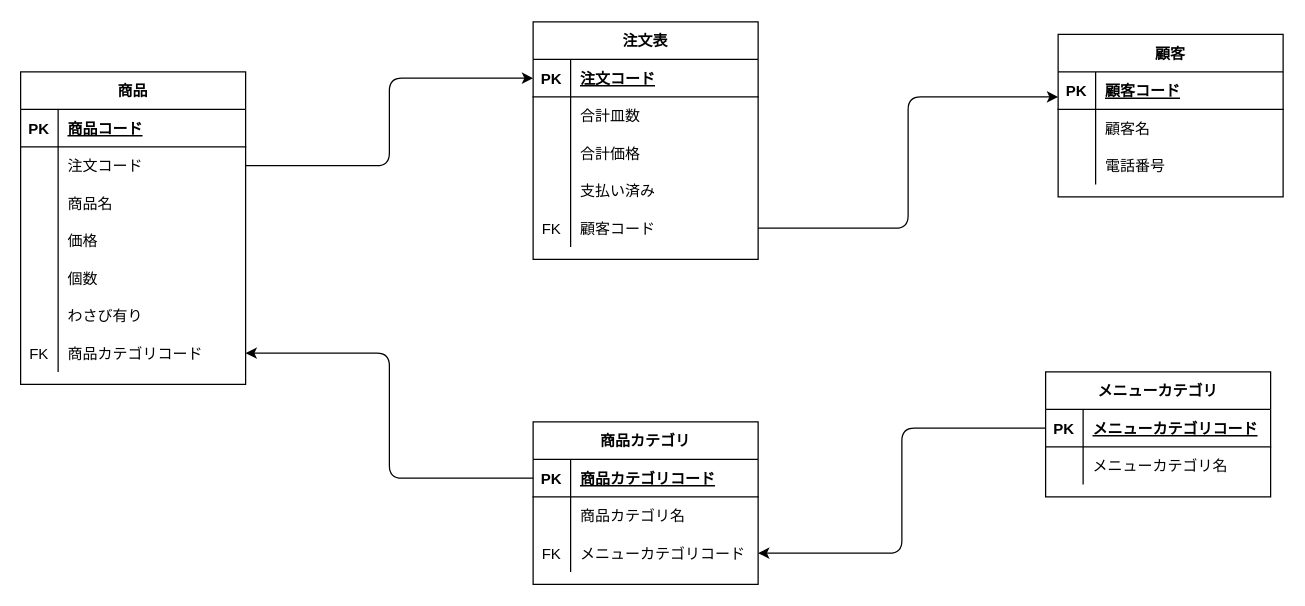
This is データベース設計/DBモデリング１/課題1/課題1..drawio from Yuji5117/praha_challenge, a draw.io file, before an edit. Source tidied: cells renumbered, new cells numbered last; positions are measured from the earlier drawing's top-left corner, leaving out a move shared by most shapes. Both pictures are drawn from the tidied source at 125%, with x=0, y=0 at pixel (20, 21).
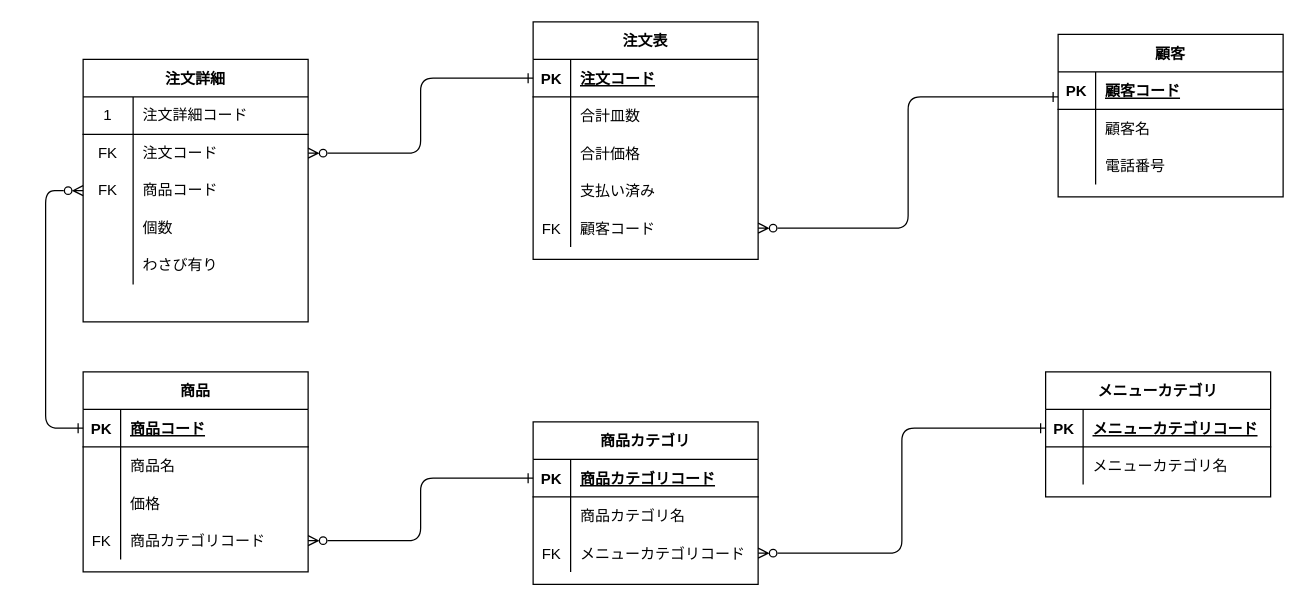
After the change.

Unchanged cells that the change refers to:
```xml
<mxCell id="3" style="shape=partialRectangle;fillColor=none;top=0;left=0;bottom=1;right=0;points=[[0,0.5],[1,0.5]];portConstraint=eastwest;" parent="2" vertex="1">
  <mxGeometry y="30" width="180" height="30" as="geometry" />
</mxCell>
<mxCell id="15" style="shape=partialRectangle;fillColor=none;top=0;left=0;bottom=0;right=0;points=[[0,0.5],[1,0.5]];portConstraint=eastwest;" parent="2" vertex="1">
  <mxGeometry y="150" width="180" height="30" as="geometry" />
</mxCell>
<mxCell id="19" style="shape=partialRectangle;fillColor=none;top=0;left=0;bottom=1;right=0;points=[[0,0.5],[1,0.5]];portConstraint=eastwest;" parent="18" vertex="1">
  <mxGeometry y="30" width="180" height="30" as="geometry" />
</mxCell>
<mxCell id="41" style="shape=partialRectangle;fillColor=none;top=0;left=0;bottom=1;right=0;points=[[0,0.5],[1,0.5]];portConstraint=eastwest;" parent="40" vertex="1">
  <mxGeometry y="30" width="180" height="30" as="geometry" />
</mxCell>
<mxCell id="47" style="shape=partialRectangle;fillColor=none;top=0;left=0;bottom=0;right=0;points=[[0,0.5],[1,0.5]];portConstraint=eastwest;" parent="40" vertex="1">
  <mxGeometry y="90" width="180" height="30" as="geometry" />
</mxCell>
<mxCell id="51" style="shape=partialRectangle;fillColor=none;top=0;left=0;bottom=1;right=0;points=[[0,0.5],[1,0.5]];portConstraint=eastwest;" parent="50" vertex="1">
  <mxGeometry y="30" width="180" height="30" as="geometry" />
</mxCell>
```

What changed in the source:
```diff
@@
     <mxCell id="18" value="商品" style="shape=table;startSize=30;childLayout=tableLayout;rowLines=0;fontStyle=1;align=center;" parent="1" vertex="1">
-      <mxGeometry y="40" width="180" height="250" as="geometry" />
+      <mxGeometry x="50" y="280" width="180" height="160" as="geometry" />
     </mxCell>
@@
-    <mxCell id="22" style="shape=partialRectangle;fillColor=none;top=0;left=0;bottom=0;right=0;points=[[0,0.5],[1,0.5]];portConstraint=eastwest;" parent="18" vertex="1">
-      <mxGeometry y="60" width="180" height="30" as="geometry" />
-    </mxCell>
-    <mxCell id="23" style="shape=partialRectangle;fillColor=none;top=0;left=0;bottom=0;right=0;overflow=hidden;" parent="22" vertex="1">
-      <mxGeometry width="30" height="30" as="geometry" />
-    </mxCell>
-    <mxCell id="24" value="注文コード" style="shape=partialRectangle;fillColor=none;top=0;left=0;bottom=0;right=0;align=left;spacingLeft=6;overflow=hidden;" parent="22" vertex="1">
-      <mxGeometry x="30" width="150" height="30" as="geometry" />
-    </mxCell>
     <mxCell id="25" style="shape=partialRectangle;fillColor=none;top=0;left=0;bottom=0;right=0;" parent="18" vertex="1">
-      <mxGeometry y="90" width="180" height="30" as="geometry" />
+      <mxGeometry y="60" width="180" height="30" as="geometry" />
     </mxCell>
@@
     <mxCell id="28" style="shape=partialRectangle;fillColor=none;top=0;left=0;bottom=0;right=0;" parent="18" vertex="1">
-      <mxGeometry y="120" width="180" height="30" as="geometry" />
+      <mxGeometry y="90" width="180" height="30" as="geometry" />
     </mxCell>
@@
-    <mxCell id="31" style="shape=partialRectangle;fillColor=none;top=0;left=0;bottom=0;right=0;" parent="18" vertex="1">
-      <mxGeometry y="150" width="180" height="30" as="geometry" />
-    </mxCell>
-    <mxCell id="32" style="shape=partialRectangle;fillColor=none;top=0;left=0;bottom=0;right=0;overflow=hidden;" parent="31" vertex="1">
-      <mxGeometry width="30" height="30" as="geometry" />
-    </mxCell>
-    <mxCell id="33" value="個数" style="shape=partialRectangle;fillColor=none;top=0;left=0;bottom=0;right=0;align=left;spacingLeft=6;overflow=hidden;" parent="31" vertex="1">
-      <mxGeometry x="30" width="150" height="30" as="geometry" />
-    </mxCell>
-    <mxCell id="34" style="shape=partialRectangle;fillColor=none;top=0;left=0;bottom=0;right=0;" parent="18" vertex="1">
-      <mxGeometry y="180" width="180" height="30" as="geometry" />
-    </mxCell>
-    <mxCell id="35" style="shape=partialRectangle;fillColor=none;top=0;left=0;bottom=0;right=0;overflow=hidden;" parent="34" vertex="1">
-      <mxGeometry width="30" height="30" as="geometry" />
-    </mxCell>
-    <mxCell id="36" value="わさび有り" style="shape=partialRectangle;fillColor=none;top=0;left=0;bottom=0;right=0;align=left;spacingLeft=6;overflow=hidden;" parent="34" vertex="1">
-      <mxGeometry x="30" width="150" height="30" as="geometry" />
-    </mxCell>
     <mxCell id="37" style="shape=partialRectangle;fillColor=none;top=0;left=0;bottom=0;right=0;points=[[0,0.5],[1,0.5]];portConstraint=eastwest;" parent="18" vertex="1">
-      <mxGeometry y="210" width="180" height="30" as="geometry" />
+      <mxGeometry y="120" width="180" height="30" as="geometry" />
     </mxCell>
@@
-    <mxCell id="57" style="edgeStyle=orthogonalEdgeStyle;html=1;exitX=0;exitY=0.5;exitDx=0;exitDy=0;entryX=1;entryY=0.5;entryDx=0;entryDy=0;" parent="1" edge="1" source="51" target="47">
+    <mxCell id="57" style="edgeStyle=orthogonalEdgeStyle;html=1;exitX=0;exitY=0.5;exitDx=0;exitDy=0;entryX=1;entryY=0.5;entryDx=0;entryDy=0;startArrow=ERone;startFill=0;endArrow=ERzeroToMany;endFill=0;" parent="1" edge="1" source="51" target="47">
       <mxGeometry relative="1" as="geometry" />
     </mxCell>
-    <mxCell id="58" style="edgeStyle=orthogonalEdgeStyle;html=1;entryX=0;entryY=0.5;entryDx=0;entryDy=0;" parent="1" edge="1" source="22" target="3">
-      <mxGeometry relative="1" as="geometry" />
-    </mxCell>
@@
-    <mxCell id="69" style="edgeStyle=elbowEdgeStyle;html=1;exitX=1;exitY=0.5;exitDx=0;exitDy=0;" parent="1" edge="1" source="15">
+    <mxCell id="69" style="edgeStyle=elbowEdgeStyle;html=1;exitX=1;exitY=0.5;exitDx=0;exitDy=0;startArrow=ERzeroToMany;startFill=0;endArrow=ERone;endFill=0;" parent="1" edge="1" source="15">
       <mxGeometry relative="1" as="geometry">
         <mxPoint x="830" y="60" as="targetPoint" />
       </mxGeometry>
     </mxCell>
-    <mxCell id="70" style="edgeStyle=elbowEdgeStyle;html=1;exitX=0;exitY=0.5;exitDx=0;exitDy=0;entryX=1;entryY=0.5;entryDx=0;entryDy=0;" parent="1" edge="1" source="41" target="37">
+    <mxCell id="70" style="edgeStyle=elbowEdgeStyle;html=1;exitX=0;exitY=0.5;exitDx=0;exitDy=0;entryX=1;entryY=0.5;entryDx=0;entryDy=0;startArrow=ERone;startFill=0;endArrow=ERzeroToMany;endFill=0;" parent="1" edge="1" source="41" target="37">
       <mxGeometry relative="1" as="geometry" />
     </mxCell>
+    <mxCell id="71" value="注文詳細" style="shape=table;startSize=30;childLayout=tableLayout;rowLines=0;fontStyle=1;align=center;" parent="1" vertex="1">
+      <mxGeometry x="50" y="30" width="180" height="210" as="geometry" />
+    </mxCell>
+    <mxCell id="72" style="shape=partialRectangle;html=1;whiteSpace=wrap;fillColor=none;top=0;left=0;bottom=1;right=0;" parent="71" vertex="1">
+      <mxGeometry y="30" width="180" height="30" as="geometry" />
+    </mxCell>
+    <mxCell id="73" value="1" style="shape=partialRectangle;html=1;whiteSpace=wrap;fillColor=none;top=0;left=0;bottom=0;right=0;overflow=hidden;" parent="72" vertex="1">
+      <mxGeometry width="40" height="30" as="geometry" />
+    </mxCell>
+    <mxCell id="74" value="注文詳細コード" style="shape=partialRectangle;html=1;whiteSpace=wrap;fillColor=none;top=0;left=0;bottom=0;right=0;align=left;spacingLeft=6;overflow=hidden;" parent="72" vertex="1">
+      <mxGeometry x="40" width="140" height="30" as="geometry" />
+    </mxCell>
+    <mxCell id="75" style="shape=partialRectangle;html=1;whiteSpace=wrap;fillColor=none;top=0;left=0;bottom=0;right=0;points=[[0,0.5],[1,0.5]];portConstraint=eastwest;" parent="71" vertex="1">
+      <mxGeometry y="60" width="180" height="30" as="geometry" />
+    </mxCell>
+    <mxCell id="76" value="FK" style="shape=partialRectangle;html=1;whiteSpace=wrap;fillColor=none;top=0;left=0;bottom=0;right=0;overflow=hidden;" parent="75" vertex="1">
+      <mxGeometry width="40" height="30" as="geometry" />
+    </mxCell>
+    <mxCell id="24" value="注文コード" style="shape=partialRectangle;html=1;whiteSpace=wrap;fillColor=none;top=0;left=0;bottom=0;right=0;align=left;spacingLeft=6;overflow=hidden;" parent="75" vertex="1">
+      <mxGeometry x="40" width="140" height="30" as="geometry" />
+    </mxCell>
+    <mxCell id="77" style="shape=partialRectangle;html=1;whiteSpace=wrap;fillColor=none;top=0;left=0;bottom=0;right=0;points=[[0,0.5],[1,0.5]];portConstraint=eastwest;" parent="71" vertex="1">
+      <mxGeometry y="90" width="180" height="30" as="geometry" />
+    </mxCell>
+    <mxCell id="78" value="FK" style="shape=partialRectangle;html=1;whiteSpace=wrap;fillColor=none;top=0;left=0;bottom=0;right=0;overflow=hidden;" parent="77" vertex="1">
+      <mxGeometry width="40" height="30" as="geometry" />
+    </mxCell>
+    <mxCell id="79" value="商品コード" style="shape=partialRectangle;html=1;whiteSpace=wrap;fillColor=none;top=0;left=0;bottom=0;right=0;align=left;spacingLeft=6;overflow=hidden;" parent="77" vertex="1">
+      <mxGeometry x="40" width="140" height="30" as="geometry" />
+    </mxCell>
+    <mxCell id="80" style="shape=partialRectangle;html=1;whiteSpace=wrap;fillColor=none;top=0;left=0;bottom=0;right=0;" parent="71" vertex="1">
+      <mxGeometry y="120" width="180" height="30" as="geometry" />
+    </mxCell>
+    <mxCell id="81" style="shape=partialRectangle;html=1;whiteSpace=wrap;fillColor=none;top=0;left=0;bottom=0;right=0;overflow=hidden;" parent="80" vertex="1">
+      <mxGeometry width="40" height="30" as="geometry" />
+    </mxCell>
+    <mxCell id="33" value="&lt;span&gt;個数&lt;/span&gt;" style="shape=partialRectangle;html=1;whiteSpace=wrap;fillColor=none;top=0;left=0;bottom=0;right=0;align=left;spacingLeft=6;overflow=hidden;" parent="80" vertex="1">
+      <mxGeometry x="40" width="140" height="30" as="geometry" />
+    </mxCell>
+    <mxCell id="82" style="shape=partialRectangle;html=1;whiteSpace=wrap;fillColor=none;top=0;left=0;bottom=0;right=0;" parent="71" vertex="1">
+      <mxGeometry y="150" width="180" height="30" as="geometry" />
+    </mxCell>
+    <mxCell id="83" style="shape=partialRectangle;html=1;whiteSpace=wrap;fillColor=none;top=0;left=0;bottom=0;right=0;overflow=hidden;" parent="82" vertex="1">
+      <mxGeometry width="40" height="30" as="geometry" />
+    </mxCell>
+    <mxCell id="36" value="&lt;span&gt;わさび有り&lt;/span&gt;" style="shape=partialRectangle;html=1;whiteSpace=wrap;fillColor=none;top=0;left=0;bottom=0;right=0;align=left;spacingLeft=6;overflow=hidden;" parent="82" vertex="1">
+      <mxGeometry x="40" width="140" height="30" as="geometry" />
+    </mxCell>
+    <mxCell id="84" style="edgeStyle=orthogonalEdgeStyle;html=1;exitX=0;exitY=0.5;exitDx=0;exitDy=0;entryX=1;entryY=0.5;entryDx=0;entryDy=0;startArrow=ERone;startFill=0;endArrow=ERzeroToMany;endFill=0;strokeColor=default;" parent="1" edge="1" source="3" target="75">
+      <mxGeometry relative="1" as="geometry" />
+    </mxCell>
+    <mxCell id="85" style="edgeStyle=orthogonalEdgeStyle;html=1;exitX=0;exitY=0.5;exitDx=0;exitDy=0;entryX=0;entryY=0.5;entryDx=0;entryDy=0;startArrow=ERone;startFill=0;endArrow=ERzeroToMany;endFill=0;strokeColor=default;" parent="1" edge="1" source="19" target="77">
+      <mxGeometry relative="1" as="geometry">
+        <Array as="points">
+          <mxPoint x="20" y="325" />
+          <mxPoint x="20" y="135" />
+        </Array>
+      </mxGeometry>
+    </mxCell>
```
